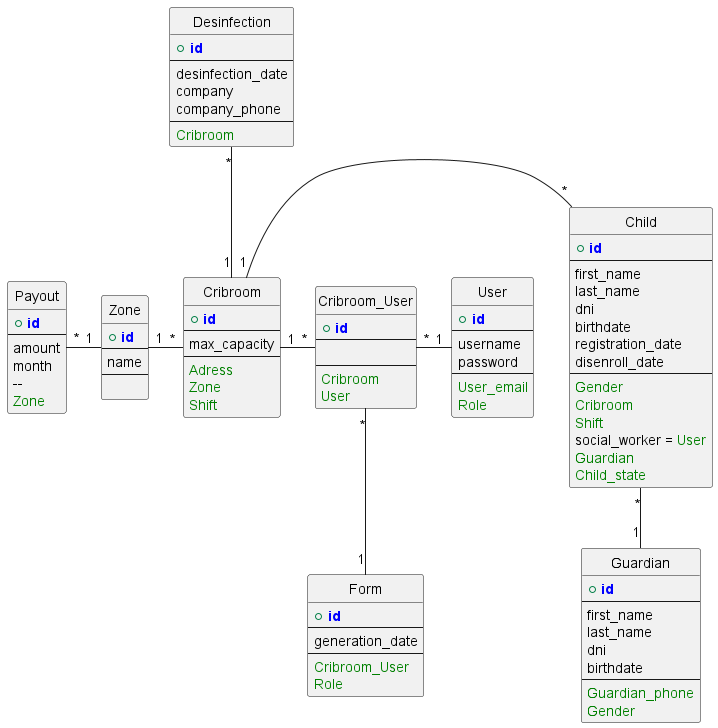
santiago6124/SalasCuna keeps this PlantUML diagram as database/diagrams/diagramUpdated.png. Above is the earlier version.
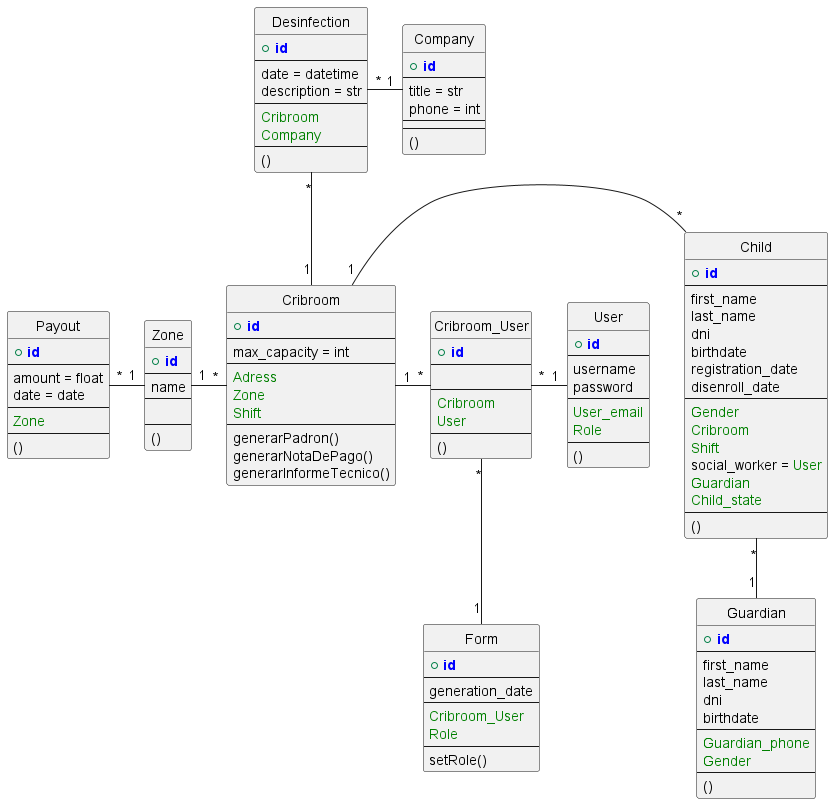
Later version of the same file.

Change to the diagram source:
```diff
@@ -5,41 +5,54 @@
 
 hide circle
 
-
-
-
-
-
-
 entity Cribroom {
     + PRIMARY_KEY(id)
     --
-    max_capacity
+    max_capacity = int
     --
     FOREIGN_KEY(Adress)
     FOREIGN_KEY(Zone)
     FOREIGN_KEY(Shift)
+    --
+    generarPadron()
+    generarNotaDePago()
+    generarInformeTecnico()
 }
 
+entity Company {
+    + PRIMARY_KEY(id)
+    --
+    title = str
+    phone = int
+    --
+    --
+    ()
+}
 
 entity Desinfection {
     + PRIMARY_KEY(id)
     --
-    desinfection_date
-    company
-    company_phone
+    date = datetime
+    description = str
     --
     FOREIGN_KEY(Cribroom)
+    FOREIGN_KEY(Company)
+    --
+    ()
 }
+
+Desinfection "*" - "1" Company
 Desinfection "*" -- "1" Cribroom
 
 entity Payout {
     + PRIMARY_KEY(id)
     --
-    amount
-    month
-        --
+    amount = float
+    date = date
+    --
     FOREIGN_KEY(Zone)
+    --
+    ()
 }
 
 entity Zone {
@@ -48,6 +61,8 @@
     name
     --
 
+    --
+    ()
 }
 
 Payout "*" - "1" Zone
@@ -69,6 +84,8 @@
     social_worker = FOREIGN_KEY(User)
     FOREIGN_KEY(Guardian)
     FOREIGN_KEY(Child_state)
+    --
+    ()
 }
 
 Cribroom "1" - "*" Child
@@ -81,6 +98,8 @@
     --
     FOREIGN_KEY(User_email)
     FOREIGN_KEY(Role)
+    --
+    ()
 }
 
 entity Cribroom_User {
@@ -90,6 +109,8 @@
     --
     FOREIGN_KEY(Cribroom)
     FOREIGN_KEY(User)
+    --
+    ()
 }
 
 Cribroom "1" - "*" Cribroom_User
@@ -106,6 +127,8 @@
     --
     FOREIGN_KEY(Guardian_phone)
     FOREIGN_KEY(Gender)
+    --
+    ()
 }
 
 Child "*" -- "1" Guardian
@@ -117,13 +140,12 @@
     --
     FOREIGN_KEY(Cribroom_User)
     FOREIGN_KEY(Role)
+    --
+    setRole()
 }
 
 Cribroom_User "*" -- "1" Form
 
 
 
-
-
-
 @enduml
```
